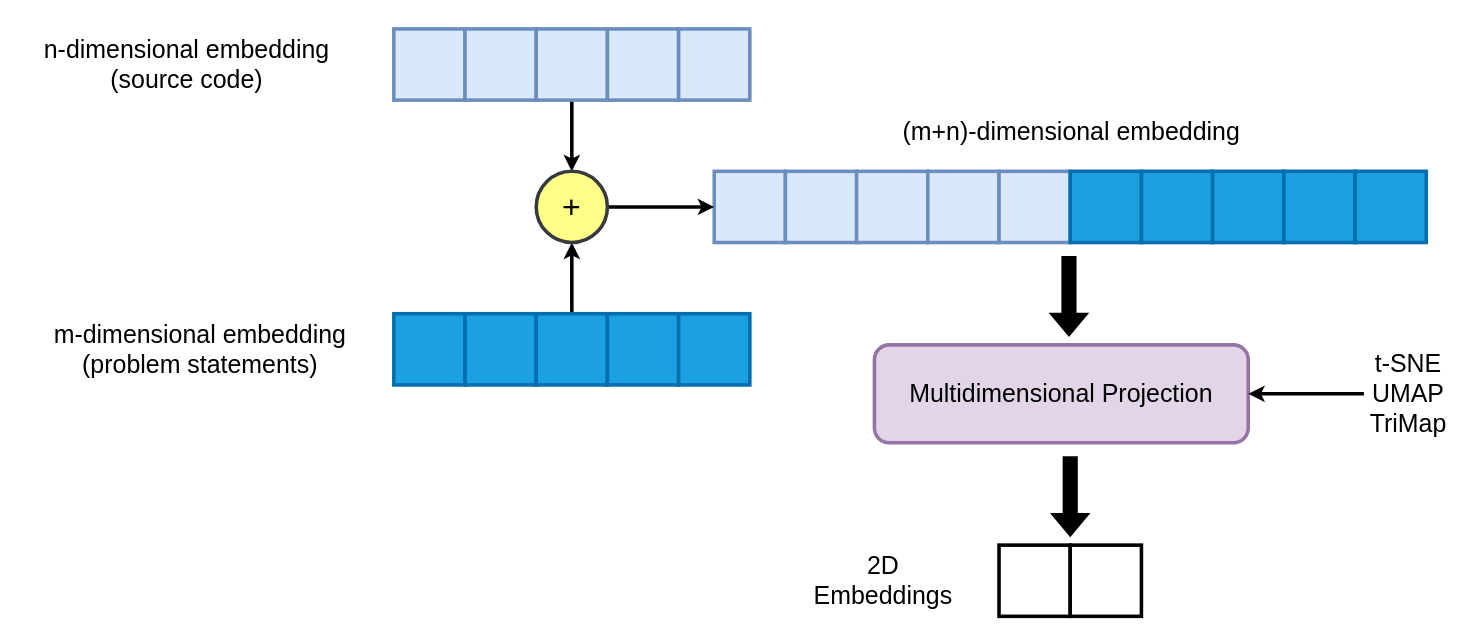
The draw.io diagram projection.drawio in viniciusrpb/drawio_flowcharts, before the edit. Source tidied: cells renumbered, new cells numbered last; positions are measured from the earlier drawing's top-left corner, leaving out a move shared by most shapes. Both pictures are drawn from the tidied source at 89%, with x=0, y=0 at pixel (15, 15).
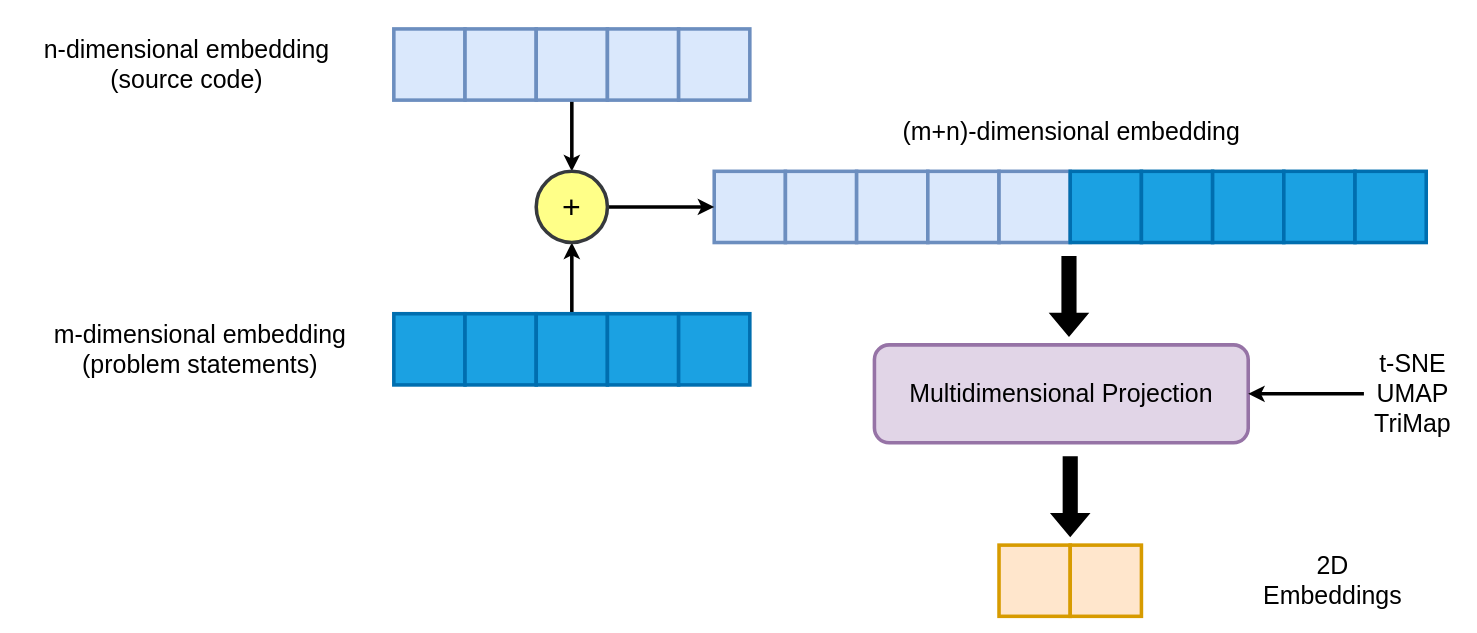
The same diagram, later.

Diff of the diagram source:
```diff
@@
     <mxCell id="29" value="t-SNE&lt;div&gt;UMAP&lt;/div&gt;&lt;div&gt;TriMap&lt;/div&gt;" style="text;html=1;whiteSpace=wrap;strokeColor=none;fillColor=none;align=center;verticalAlign=middle;rounded=0;fontSize=28;strokeWidth=4;" parent="1" vertex="1">
-      <mxGeometry x="1515" y="365" width="100" height="120" as="geometry" />
+      <mxGeometry x="1515" y="365" width="110" height="120" as="geometry" />
     </mxCell>
@@
-    <mxCell id="31" style="whiteSpace=wrap;html=1;strokeWidth=4;" parent="1" vertex="1">
+    <mxCell id="31" style="whiteSpace=wrap;html=1;strokeWidth=4;fillColor=#ffe6cc;strokeColor=#d79b00;" parent="1" vertex="1">
       <mxGeometry x="1105" y="595" width="80" height="80" as="geometry" />
     </mxCell>
-    <mxCell id="32" style="whiteSpace=wrap;html=1;strokeWidth=4;" parent="1" vertex="1">
+    <mxCell id="32" style="whiteSpace=wrap;html=1;strokeWidth=4;fillColor=#ffe6cc;strokeColor=#d79b00;" parent="1" vertex="1">
       <mxGeometry x="1185" y="595" width="80" height="80" as="geometry" />
     </mxCell>
     <mxCell id="33" value="2D Embeddings" style="text;html=1;whiteSpace=wrap;strokeColor=none;fillColor=none;align=center;verticalAlign=middle;rounded=0;fontSize=28;" parent="1" vertex="1">
-      <mxGeometry x="935" y="620" width="80" height="30" as="geometry" />
+      <mxGeometry x="1385" y="595" width="190" height="80" as="geometry" />
     </mxCell>
```
